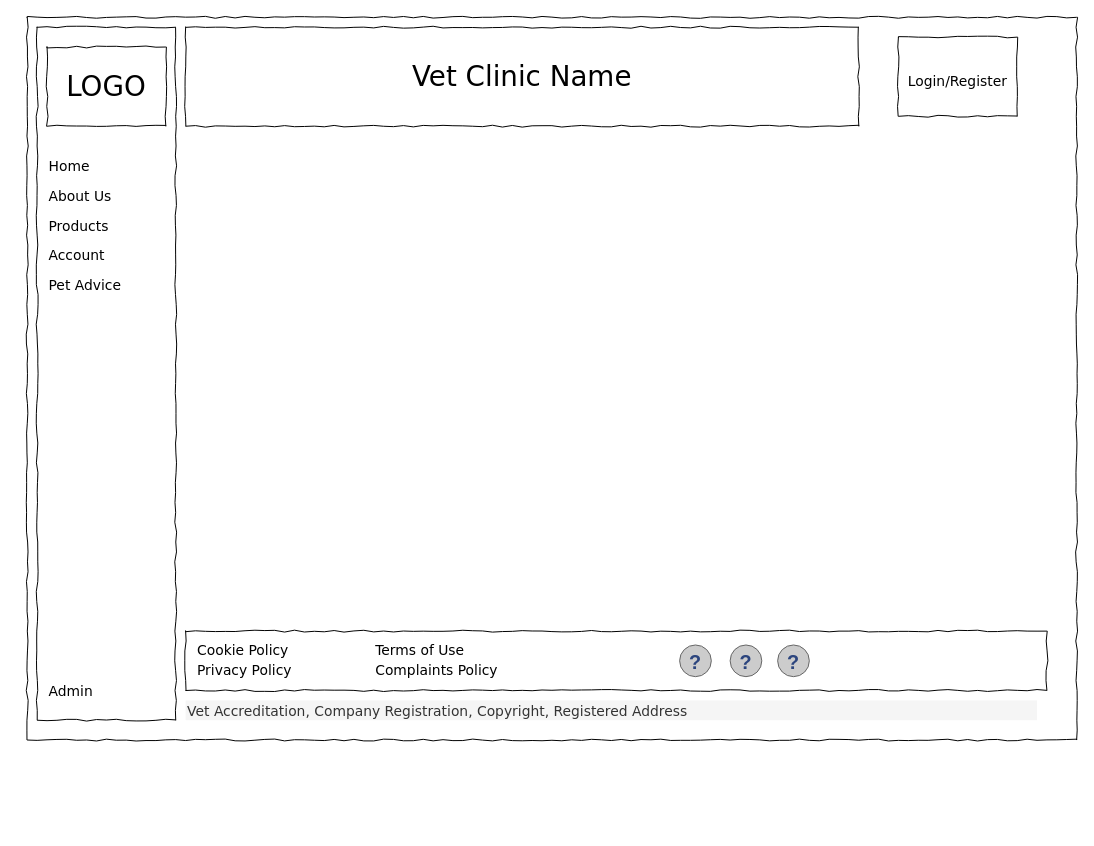
The draw.io diagram wireframe-login.drawio in azzywazzy/sky-git-team2, before the edit. Source tidied: cells renumbered, new cells numbered last; positions are measured from the earlier drawing's top-left corner, leaving out a move shared by most shapes. Both pictures are drawn from the tidied source at 99%, with x=0, y=0 at pixel (27, 17).
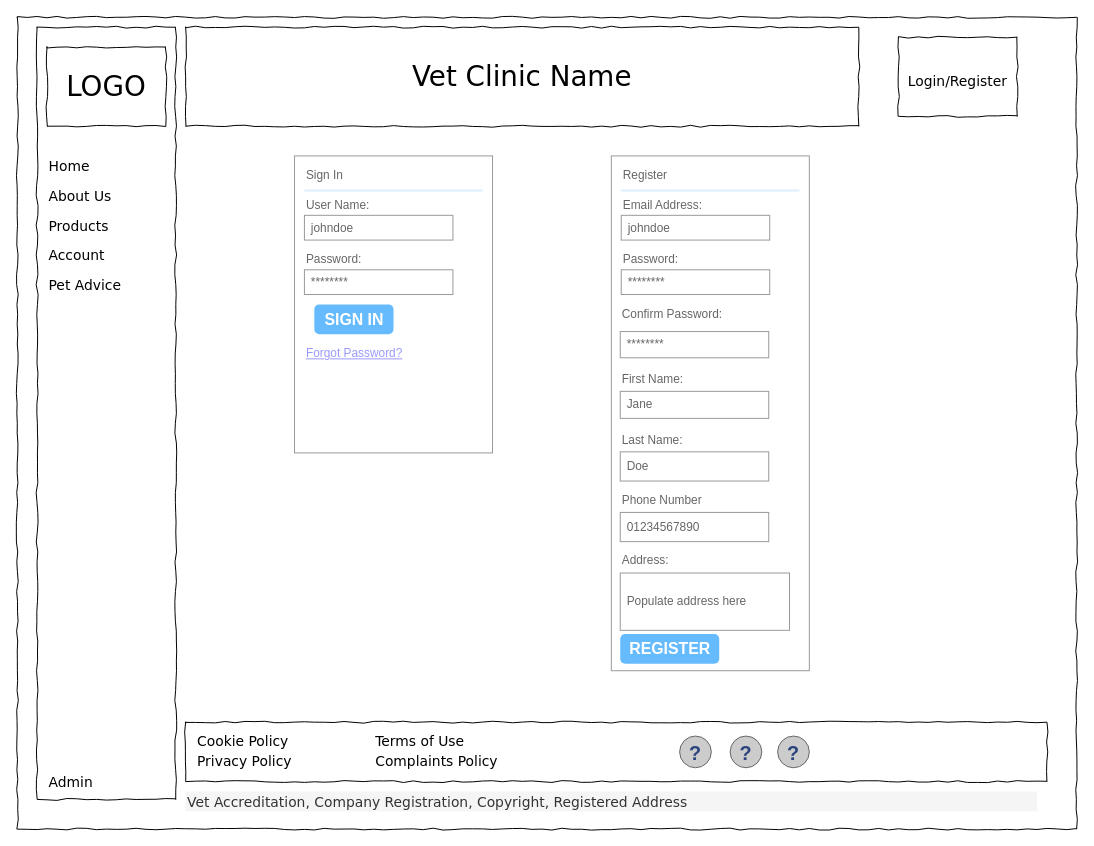
After the change.

What changed in the source:
```diff
@@
     <mxCell id="2" style="whiteSpace=wrap;html=1;rounded=0;shadow=0;labelBackgroundColor=none;strokeColor=#000000;strokeWidth=1;fillColor=none;fontFamily=Verdana;fontSize=12;fontColor=#000000;align=center;comic=1;" parent="1" vertex="1">
-      <mxGeometry width="1060" height="730" as="geometry" />
+      <mxGeometry x="-10" width="1070" height="820" as="geometry" />
     </mxCell>
     <mxCell id="3" style="whiteSpace=wrap;html=1;rounded=0;shadow=0;labelBackgroundColor=none;strokeWidth=1;fillColor=none;fontFamily=Verdana;fontSize=12;align=center;comic=1;" parent="1" vertex="1">
-      <mxGeometry x="10" y="10" width="140" height="700" as="geometry" />
+      <mxGeometry x="10" y="10" width="140" height="780" as="geometry" />
     </mxCell>
@@
     <mxCell id="5" style="whiteSpace=wrap;html=1;rounded=0;shadow=0;labelBackgroundColor=none;strokeWidth=1;fontFamily=Verdana;fontSize=28;align=center;comic=1;" parent="1" vertex="1">
-      <mxGeometry x="160" y="620" width="870" height="60" as="geometry" />
+      <mxGeometry x="160" y="712" width="870" height="60" as="geometry" />
     </mxCell>
     <mxCell id="6" style="verticalLabelPosition=bottom;shadow=0;dashed=0;align=center;html=1;verticalAlign=top;strokeWidth=1;shape=mxgraph.mockup.misc.help_icon;" parent="1" vertex="1">
-      <mxGeometry x="710" y="634" width="32" height="32" as="geometry" />
+      <mxGeometry x="710" y="726" width="32" height="32" as="geometry" />
     </mxCell>
     <mxCell id="7" style="verticalLabelPosition=bottom;shadow=0;dashed=0;align=center;html=1;verticalAlign=top;strokeWidth=1;shape=mxgraph.mockup.misc.help_icon;" parent="1" vertex="1">
-      <mxGeometry x="659" y="634" width="32" height="32" as="geometry" />
+      <mxGeometry x="659" y="726" width="32" height="32" as="geometry" />
     </mxCell>
     <mxCell id="8" style="verticalLabelPosition=bottom;shadow=0;dashed=0;align=center;html=1;verticalAlign=top;strokeWidth=1;shape=mxgraph.mockup.misc.help_icon;" parent="1" vertex="1">
-      <mxGeometry x="758" y="634" width="32" height="32" as="geometry" />
+      <mxGeometry x="758" y="726" width="32" height="32" as="geometry" />
     </mxCell>
     <mxCell id="9" value="Cookie Policy" style="text;html=1;align=left;verticalAlign=top;spacingTop=-4;fontSize=14;fontFamily=Verdana;" parent="1" vertex="1">
-      <mxGeometry x="170" y="629" width="100" height="20" as="geometry" />
+      <mxGeometry x="170" y="721" width="100" height="20" as="geometry" />
     </mxCell>
     <mxCell id="10" value="Vet Accreditation, Company Registration, Copyright, Registered Address" style="text;html=1;align=left;verticalAlign=top;spacingTop=-4;fontSize=14;fontFamily=Verdana;fillColor=#f5f5f5;fontColor=#333333;strokeColor=none;" parent="1" vertex="1">
-      <mxGeometry x="160" y="690" width="860" height="20" as="geometry" />
+      <mxGeometry x="160" y="782" width="860" height="20" as="geometry" />
     </mxCell>
     <mxCell id="11" value="Privacy Policy" style="text;html=1;align=left;verticalAlign=top;spacingTop=-4;fontSize=14;fontFamily=Verdana;" parent="1" vertex="1">
-      <mxGeometry x="170" y="649" width="100" height="20" as="geometry" />
+      <mxGeometry x="170" y="741" width="100" height="20" as="geometry" />
     </mxCell>
     <mxCell id="12" value="Terms of Use" style="text;html=1;align=left;verticalAlign=top;spacingTop=-4;fontSize=14;fontFamily=Verdana;" parent="1" vertex="1">
-      <mxGeometry x="350" y="629" width="100" height="20" as="geometry" />
+      <mxGeometry x="350" y="721" width="100" height="20" as="geometry" />
     </mxCell>
     <mxCell id="13" value="Complaints Policy" style="text;html=1;align=left;verticalAlign=top;spacingTop=-4;fontSize=14;fontFamily=Verdana;" parent="1" vertex="1">
-      <mxGeometry x="350" y="649" width="100" height="20" as="geometry" />
+      <mxGeometry x="350" y="741" width="100" height="20" as="geometry" />
     </mxCell>
@@
     <mxCell id="21" value="Admin" style="text;html=1;align=left;verticalAlign=top;spacingTop=-4;fontSize=14;fontFamily=Verdana;" parent="1" vertex="1">
-      <mxGeometry x="20" y="670" width="110" height="20" as="geometry" />
+      <mxGeometry x="20" y="762" width="110" height="20" as="geometry" />
     </mxCell>
+    <mxCell id="22" style="strokeWidth=1;shadow=0;dashed=0;align=center;html=1;shape=mxgraph.mockup.forms.rrect;rSize=0;strokeColor=#999999;fillColor=#ffffff;" parent="1" vertex="1">
+      <mxGeometry x="270" y="140" width="200" height="300" as="geometry" />
+    </mxCell>
+    <mxCell id="23" value="Sign In" style="strokeWidth=1;shadow=0;dashed=0;align=center;html=1;shape=mxgraph.mockup.forms.anchor;fontSize=12;fontColor=#666666;align=left;spacingLeft=0;" parent="22" vertex="1">
+      <mxGeometry width="100" height="20" relative="1" as="geometry">
+        <mxPoint x="10" y="10" as="offset" />
+      </mxGeometry>
+    </mxCell>
+    <mxCell id="24" style="shape=line;strokeColor=#ddeeff;strokeWidth=2;html=1;" parent="22" vertex="1">
+      <mxGeometry width="180" height="10" relative="1" as="geometry">
+        <mxPoint x="10" y="30" as="offset" />
+      </mxGeometry>
+    </mxCell>
+    <mxCell id="25" value="User Name:" style="strokeWidth=1;shadow=0;dashed=0;align=center;html=1;shape=mxgraph.mockup.forms.anchor;fontSize=12;fontColor=#666666;align=left;spacingLeft=0;" parent="22" vertex="1">
+      <mxGeometry width="100" height="20" relative="1" as="geometry">
+        <mxPoint x="10" y="40" as="offset" />
+      </mxGeometry>
+    </mxCell>
+    <mxCell id="26" value="johndoe" style="strokeWidth=1;shadow=0;dashed=0;align=center;html=1;shape=mxgraph.mockup.forms.rrect;rSize=0;strokeColor=#999999;fontColor=#666666;align=left;spacingLeft=5;" parent="22" vertex="1">
+      <mxGeometry width="150" height="25" relative="1" as="geometry">
+        <mxPoint x="10" y="60" as="offset" />
+      </mxGeometry>
+    </mxCell>
+    <mxCell id="27" value="Password:" style="strokeWidth=1;shadow=0;dashed=0;align=center;html=1;shape=mxgraph.mockup.forms.anchor;fontSize=12;fontColor=#666666;align=left;spacingLeft=0;" parent="22" vertex="1">
+      <mxGeometry width="100" height="20" relative="1" as="geometry">
+        <mxPoint x="10" y="95" as="offset" />
+      </mxGeometry>
+    </mxCell>
+    <mxCell id="28" value="********" style="strokeWidth=1;shadow=0;dashed=0;align=center;html=1;shape=mxgraph.mockup.forms.rrect;rSize=0;strokeColor=#999999;fontColor=#666666;align=left;spacingLeft=5;" parent="22" vertex="1">
+      <mxGeometry width="150" height="25" relative="1" as="geometry">
+        <mxPoint x="10" y="115" as="offset" />
+      </mxGeometry>
+    </mxCell>
+    <mxCell id="29" value="SIGN IN" style="strokeWidth=1;shadow=0;dashed=0;align=center;html=1;shape=mxgraph.mockup.forms.rrect;rSize=5;strokeColor=none;fontColor=#ffffff;fillColor=#66bbff;fontSize=16;fontStyle=1;" parent="22" vertex="1">
+      <mxGeometry y="1" width="80" height="30" relative="1" as="geometry">
+        <mxPoint x="20" y="-150" as="offset" />
+      </mxGeometry>
+    </mxCell>
+    <mxCell id="30" value="Forgot Password?" style="strokeWidth=1;shadow=0;dashed=0;align=center;html=1;shape=mxgraph.mockup.forms.anchor;fontSize=12;fontColor=#9999ff;align=left;spacingLeft=0;fontStyle=4;" parent="22" vertex="1">
+      <mxGeometry y="1" width="150" height="20" relative="1" as="geometry">
+        <mxPoint x="10" y="-110" as="offset" />
+      </mxGeometry>
+    </mxCell>
+    <mxCell id="31" style="strokeWidth=1;shadow=0;dashed=0;align=center;html=1;shape=mxgraph.mockup.forms.rrect;rSize=0;strokeColor=#999999;fillColor=#ffffff;" parent="1" vertex="1">
+      <mxGeometry x="590" y="140" width="200" height="520" as="geometry" />
+    </mxCell>
+    <mxCell id="32" value="Register" style="strokeWidth=1;shadow=0;dashed=0;align=center;html=1;shape=mxgraph.mockup.forms.anchor;fontSize=12;fontColor=#666666;align=left;spacingLeft=0;" parent="31" vertex="1">
+      <mxGeometry width="100" height="20" relative="1" as="geometry">
+        <mxPoint x="10" y="10" as="offset" />
+      </mxGeometry>
+    </mxCell>
+    <mxCell id="33" style="shape=line;strokeColor=#ddeeff;strokeWidth=2;html=1;" parent="31" vertex="1">
+      <mxGeometry width="180" height="10" relative="1" as="geometry">
+        <mxPoint x="10" y="30" as="offset" />
+      </mxGeometry>
+    </mxCell>
+    <mxCell id="34" value="Email Address:" style="strokeWidth=1;shadow=0;dashed=0;align=center;html=1;shape=mxgraph.mockup.forms.anchor;fontSize=12;fontColor=#666666;align=left;spacingLeft=0;" parent="31" vertex="1">
+      <mxGeometry width="100" height="20" relative="1" as="geometry">
+        <mxPoint x="10" y="40" as="offset" />
+      </mxGeometry>
+    </mxCell>
+    <mxCell id="35" value="johndoe" style="strokeWidth=1;shadow=0;dashed=0;align=center;html=1;shape=mxgraph.mockup.forms.rrect;rSize=0;strokeColor=#999999;fontColor=#666666;align=left;spacingLeft=5;" parent="31" vertex="1">
+      <mxGeometry width="150" height="25" relative="1" as="geometry">
+        <mxPoint x="10" y="60" as="offset" />
+      </mxGeometry>
+    </mxCell>
+    <mxCell id="36" value="Password:" style="strokeWidth=1;shadow=0;dashed=0;align=center;html=1;shape=mxgraph.mockup.forms.anchor;fontSize=12;fontColor=#666666;align=left;spacingLeft=0;" parent="31" vertex="1">
+      <mxGeometry width="100" height="20" relative="1" as="geometry">
+        <mxPoint x="10" y="95" as="offset" />
+      </mxGeometry>
+    </mxCell>
+    <mxCell id="37" value="********" style="strokeWidth=1;shadow=0;dashed=0;align=center;html=1;shape=mxgraph.mockup.forms.rrect;rSize=0;strokeColor=#999999;fontColor=#666666;align=left;spacingLeft=5;" parent="31" vertex="1">
+      <mxGeometry width="150" height="25" relative="1" as="geometry">
+        <mxPoint x="10" y="115" as="offset" />
+      </mxGeometry>
+    </mxCell>
+    <mxCell id="38" value="REGISTER" style="strokeWidth=1;shadow=0;dashed=0;align=center;html=1;shape=mxgraph.mockup.forms.rrect;rSize=5;strokeColor=none;fontColor=#ffffff;fillColor=#66bbff;fontSize=16;fontStyle=1;" parent="31" vertex="1">
+      <mxGeometry y="1" width="100" height="30" relative="1" as="geometry">
+        <mxPoint x="9" y="-37" as="offset" />
+      </mxGeometry>
+    </mxCell>
+    <mxCell id="39" value="Confirm Password:" style="strokeWidth=1;shadow=0;dashed=0;align=center;html=1;shape=mxgraph.mockup.forms.anchor;fontSize=12;fontColor=#666666;align=left;spacingLeft=0;" parent="31" vertex="1">
+      <mxGeometry x="9" y="142.7" width="115" height="34.7" as="geometry" />
+    </mxCell>
+    <mxCell id="40" value="********" style="strokeWidth=1;shadow=0;dashed=0;align=center;html=1;shape=mxgraph.mockup.forms.rrect;rSize=0;strokeColor=#999999;fontColor=#666666;align=left;spacingLeft=5;" parent="31" vertex="1">
+      <mxGeometry x="9" y="177.4" width="150" height="26.5" as="geometry" />
+    </mxCell>
+    <mxCell id="41" value="First Name:" style="strokeWidth=1;shadow=0;dashed=0;align=center;html=1;shape=mxgraph.mockup.forms.anchor;fontSize=12;fontColor=#666666;align=left;spacingLeft=0;" parent="31" vertex="1">
+      <mxGeometry x="9" y="214.1" width="100" height="23.6" as="geometry" />
+    </mxCell>
+    <mxCell id="42" value="Jane" style="strokeWidth=1;shadow=0;dashed=0;align=center;html=1;shape=mxgraph.mockup.forms.rrect;rSize=0;strokeColor=#999999;fontColor=#666666;align=left;spacingLeft=5;" parent="31" vertex="1">
+      <mxGeometry x="9" y="237.8" width="150" height="27.3" as="geometry" />
+    </mxCell>
+    <mxCell id="43" value="Last Name:" style="strokeWidth=1;shadow=0;dashed=0;align=center;html=1;shape=mxgraph.mockup.forms.anchor;fontSize=12;fontColor=#666666;align=left;spacingLeft=0;" parent="31" vertex="1">
+      <mxGeometry x="9" y="275.3" width="100" height="23.6" as="geometry" />
+    </mxCell>
+    <mxCell id="44" value="Doe" style="strokeWidth=1;shadow=0;dashed=0;align=center;html=1;shape=mxgraph.mockup.forms.rrect;rSize=0;strokeColor=#999999;fontColor=#666666;align=left;spacingLeft=5;" parent="31" vertex="1">
+      <mxGeometry x="9" y="298.9" width="150" height="29.5" as="geometry" />
+    </mxCell>
+    <mxCell id="45" value="Phone Number" style="strokeWidth=1;shadow=0;dashed=0;align=center;html=1;shape=mxgraph.mockup.forms.anchor;fontSize=12;fontColor=#666666;align=left;spacingLeft=0;" parent="31" vertex="1">
+      <mxGeometry x="9" y="336.5" width="100" height="23.6" as="geometry" />
+    </mxCell>
+    <mxCell id="46" value="01234567890" style="strokeWidth=1;shadow=0;dashed=0;align=center;html=1;shape=mxgraph.mockup.forms.rrect;rSize=0;strokeColor=#999999;fontColor=#666666;align=left;spacingLeft=5;" parent="31" vertex="1">
+      <mxGeometry x="9" y="360.1" width="150" height="29.5" as="geometry" />
+    </mxCell>
+    <mxCell id="47" value="Address:" style="strokeWidth=1;shadow=0;dashed=0;align=center;html=1;shape=mxgraph.mockup.forms.anchor;fontSize=12;fontColor=#666666;align=left;spacingLeft=0;" parent="31" vertex="1">
+      <mxGeometry x="9" y="397.6" width="100" height="23.6" as="geometry" />
+    </mxCell>
+    <mxCell id="48" value="Populate address here" style="strokeWidth=1;shadow=0;dashed=0;align=center;html=1;shape=mxgraph.mockup.forms.rrect;rSize=0;strokeColor=#999999;fontColor=#666666;align=left;spacingLeft=5;" parent="31" vertex="1">
+      <mxGeometry x="9" y="421.3" width="171" height="57.9" as="geometry" />
+    </mxCell>
```
